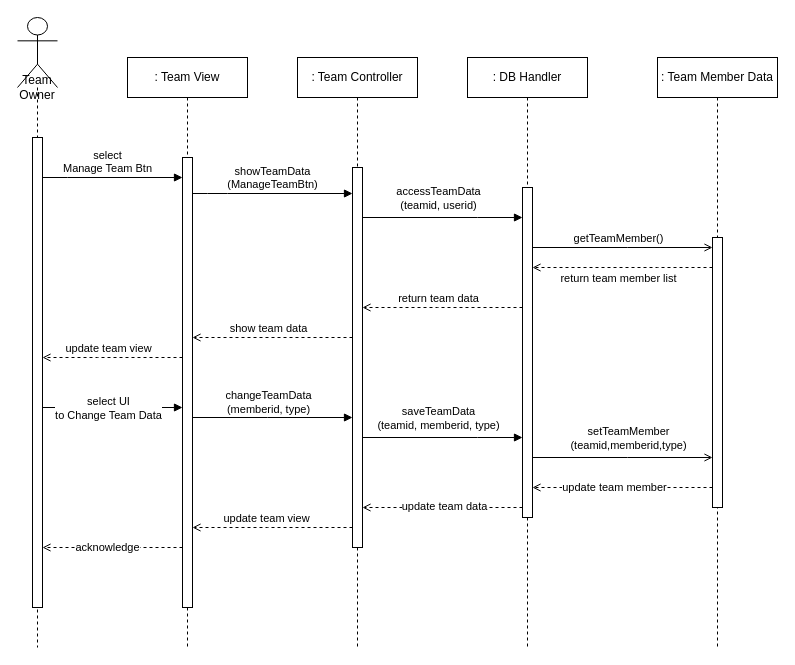
ONFFLine/Diagram keeps this draw.io diagram as SD4.drawio. Above is the earlier version. Source tidied: cells renumbered, new cells numbered last; positions are measured from the earlier drawing's top-left corner, leaving out a move shared by most shapes. Both pictures are drawn from the tidied source at 100%, with x=0, y=0 at pixel (17, 17).
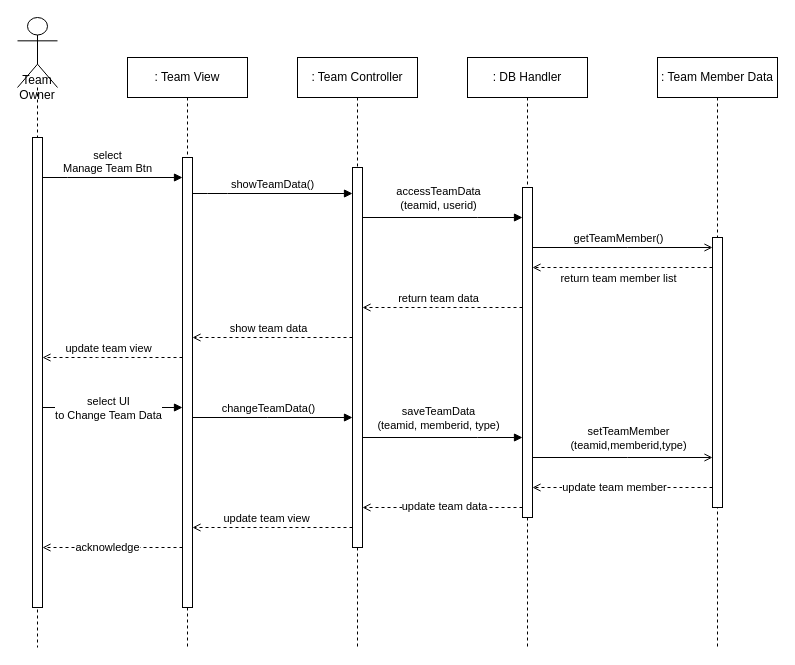
After the change.

The change refers to these unchanged cells:
```xml
<mxCell id="38" style="edgeStyle=orthogonalEdgeStyle;rounded=0;jettySize=auto;html=1;endArrow=block;endFill=1;" parent="1" edge="1" source="3" target="19">
  <mxGeometry relative="1" as="geometry">
    <Array as="points">
      <mxPoint x="250" y="400" />
      <mxPoint x="250" y="400" />
    </Array>
  </mxGeometry>
</mxCell>
```

Change to the diagram source:
```diff
@@
-    <mxCell id="20" value="showTeamData&lt;br&gt;(ManageTeamBtn)" style="html=1;verticalAlign=bottom;endArrow=block;endFill=1;" parent="1" edge="1">
+    <mxCell id="20" value="showTeamData()" style="html=1;verticalAlign=bottom;endArrow=block;endFill=1;" parent="1" edge="1">
       <mxGeometry relative="1" as="geometry">
         <mxPoint x="175" y="176" as="sourcePoint" />
         <mxPoint x="335" y="176" as="targetPoint" />
         <Array as="points">
           <mxPoint x="200" y="176" />
         </Array>
       </mxGeometry>
     </mxCell>
@@
-    <mxCell id="39" value="changeTeamData&lt;br&gt;(memberid, type)" style="edgeLabel;html=1;align=center;verticalAlign=middle;" parent="38" vertex="1">
+    <mxCell id="39" value="changeTeamData()" style="edgeLabel;html=1;align=center;verticalAlign=middle;" parent="38" vertex="1">
       <mxGeometry x="-0.03" relative="1" as="geometry">
-        <mxPoint x="-3" y="-16" as="offset" />
+        <mxPoint x="-3" y="-10" as="offset" />
       </mxGeometry>
     </mxCell>
```
